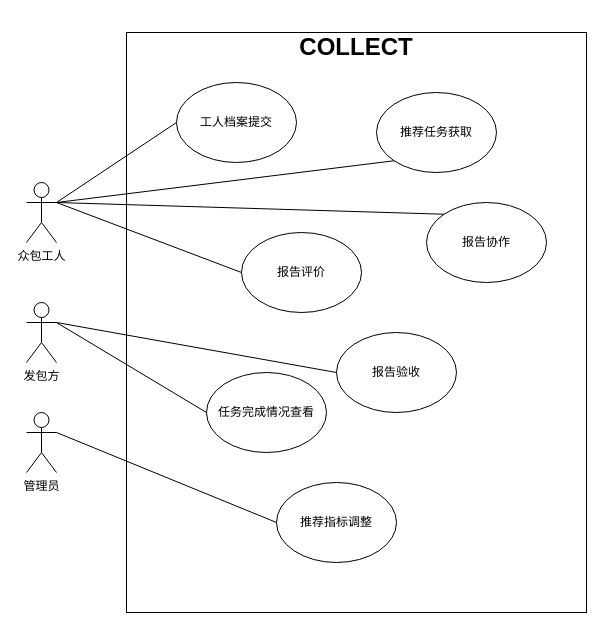
Earlier version of the draw.io diagram SEIII 迭代二 用例图.drawio (Heuingmin/UML). Source tidied: cells renumbered, new cells numbered last; positions are measured from the earlier drawing's top-left corner, leaving out a move shared by most shapes. Both pictures are drawn from the tidied source at 100%, with x=0, y=0 at pixel (26, 32).
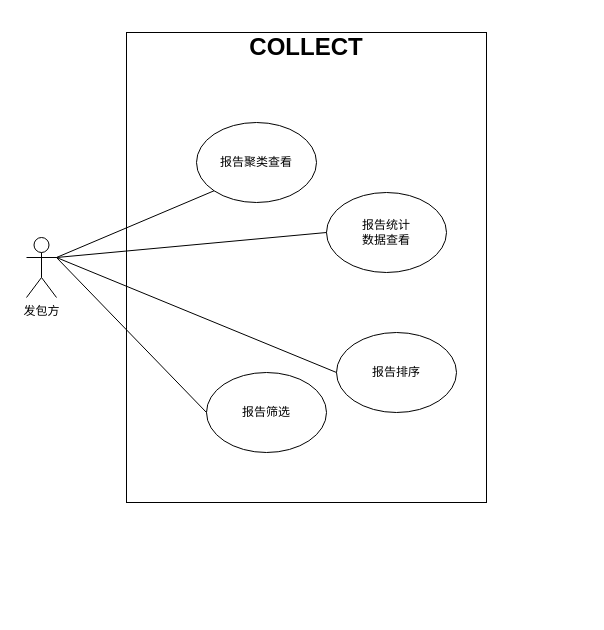
Above is the later version.

Commit message:
Update SEIII 迭代三 用例图.drawio

Diff of the diagram source:
```diff
@@
     <mxCell id="2" value="&lt;h1&gt;&lt;br&gt;&lt;/h1&gt;" style="rounded=0;whiteSpace=wrap;html=1;align=center;" parent="1" vertex="1">
-      <mxGeometry x="100" width="460" height="580" as="geometry" />
+      <mxGeometry x="100" width="360" height="470" as="geometry" />
     </mxCell>
-    <mxCell id="3" value="众包工人" style="shape=umlActor;verticalLabelPosition=bottom;verticalAlign=top;html=1;outlineConnect=0;" parent="1" vertex="1">
-      <mxGeometry y="150" width="30" height="60" as="geometry" />
-    </mxCell>
     <mxCell id="4" value="发包方" style="shape=umlActor;verticalLabelPosition=bottom;verticalAlign=top;html=1;outlineConnect=0;" parent="1" vertex="1">
-      <mxGeometry y="270" width="30" height="60" as="geometry" />
+      <mxGeometry y="205" width="30" height="60" as="geometry" />
     </mxCell>
-    <mxCell id="5" value="管理员&lt;br&gt;" style="shape=umlActor;verticalLabelPosition=bottom;verticalAlign=top;html=1;outlineConnect=0;" parent="1" vertex="1">
-      <mxGeometry y="380" width="30" height="60" as="geometry" />
-    </mxCell>
-    <mxCell id="6" value="报告验收" style="ellipse;whiteSpace=wrap;html=1;" parent="1" vertex="1">
+    <mxCell id="6" value="报告排序" style="ellipse;whiteSpace=wrap;html=1;" parent="1" vertex="1">
       <mxGeometry x="310" y="300" width="120" height="80" as="geometry" />
     </mxCell>
-    <mxCell id="7" value="推荐任务获取" style="ellipse;whiteSpace=wrap;html=1;" parent="1" vertex="1">
-      <mxGeometry x="350" y="60" width="120" height="80" as="geometry" />
-    </mxCell>
-    <mxCell id="8" value="任务完成情况查看" style="ellipse;whiteSpace=wrap;html=1;" parent="1" vertex="1">
+    <mxCell id="8" value="报告筛选" style="ellipse;whiteSpace=wrap;html=1;" parent="1" vertex="1">
       <mxGeometry x="180" y="340" width="120" height="80" as="geometry" />
     </mxCell>
-    <mxCell id="9" value="推荐指标调整" style="ellipse;whiteSpace=wrap;html=1;" parent="1" vertex="1">
-      <mxGeometry x="250" y="450" width="120" height="80" as="geometry" />
-    </mxCell>
-    <mxCell id="10" value="报告评价" style="ellipse;whiteSpace=wrap;html=1;" parent="1" vertex="1">
-      <mxGeometry x="215" y="200" width="120" height="80" as="geometry" />
-    </mxCell>
-    <mxCell id="11" value="报告协作" style="ellipse;whiteSpace=wrap;html=1;" parent="1" vertex="1">
-      <mxGeometry x="400" y="170" width="120" height="80" as="geometry" />
-    </mxCell>
-    <mxCell id="12" value="工人档案提交" style="ellipse;whiteSpace=wrap;html=1;" parent="1" vertex="1">
-      <mxGeometry x="150" y="50" width="120" height="80" as="geometry" />
-    </mxCell>
@@
-    <mxCell id="14" style="endArrow=none;html=1;rounded=0;entryX=1;entryY=0.3333333333333333;entryDx=0;entryDy=0;entryPerimeter=0;exitX=0;exitY=0.5;exitDx=0;exitDy=0;" parent="1" edge="1" source="9" target="5">
-      <mxGeometry relative="1" as="geometry" />
-    </mxCell>
@@
-    <mxCell id="16" style="endArrow=none;html=1;rounded=0;exitX=1;exitY=0.3333333333333333;exitDx=0;exitDy=0;exitPerimeter=0;entryX=0;entryY=0;entryDx=0;entryDy=0;" parent="1" edge="1" source="3" target="11">
-      <mxGeometry relative="1" as="geometry" />
-    </mxCell>
-    <mxCell id="17" style="endArrow=none;html=1;rounded=0;exitX=1;exitY=0.3333333333333333;exitDx=0;exitDy=0;exitPerimeter=0;entryX=0;entryY=1;entryDx=0;entryDy=0;" parent="1" edge="1" source="3" target="7">
-      <mxGeometry relative="1" as="geometry" />
-    </mxCell>
-    <mxCell id="18" style="endArrow=none;html=1;rounded=0;exitX=1;exitY=0.3333333333333333;exitDx=0;exitDy=0;exitPerimeter=0;entryX=0;entryY=0.5;entryDx=0;entryDy=0;" parent="1" edge="1" source="3" target="10">
-      <mxGeometry relative="1" as="geometry" />
-    </mxCell>
-    <mxCell id="19" style="endArrow=none;html=1;rounded=0;entryX=0;entryY=0.5;entryDx=0;entryDy=0;" parent="1" edge="1" target="12">
-      <mxGeometry relative="1" as="geometry">
-        <mxPoint x="30" y="170" as="sourcePoint" />
-      </mxGeometry>
-    </mxCell>
     <mxCell id="20" value="&lt;h1&gt;COLLECT&lt;/h1&gt;" style="text;html=1;strokeColor=none;fillColor=none;align=center;verticalAlign=middle;whiteSpace=wrap;rounded=0;" parent="1" vertex="1">
-      <mxGeometry x="300" width="60" height="30" as="geometry" />
+      <mxGeometry x="250" width="60" height="30" as="geometry" />
     </mxCell>
+    <mxCell id="21" value="报告聚类查看" style="ellipse;whiteSpace=wrap;html=1;" parent="1" vertex="1">
+      <mxGeometry x="170" y="90" width="120" height="80" as="geometry" />
+    </mxCell>
+    <mxCell id="22" value="报告统计&lt;br&gt;数据查看" style="ellipse;whiteSpace=wrap;html=1;" parent="1" vertex="1">
+      <mxGeometry x="300" y="160" width="120" height="80" as="geometry" />
+    </mxCell>
+    <mxCell id="23" style="endArrow=none;html=1;rounded=0;exitX=1;exitY=0.3333333333333333;exitDx=0;exitDy=0;exitPerimeter=0;entryX=0;entryY=1;entryDx=0;entryDy=0;" parent="1" edge="1" source="4" target="21">
+      <mxGeometry relative="1" as="geometry" />
+    </mxCell>
+    <mxCell id="24" style="endArrow=none;html=1;rounded=0;exitX=1;exitY=0.3333333333333333;exitDx=0;exitDy=0;exitPerimeter=0;entryX=0;entryY=0.5;entryDx=0;entryDy=0;" parent="1" edge="1" source="4" target="22">
+      <mxGeometry relative="1" as="geometry" />
+    </mxCell>
```
